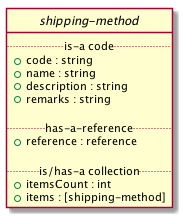
EciStg/order-placement keeps this PlantUML diagram as images/shipping-method-class-diagram.puml.png. Above is the earlier version.
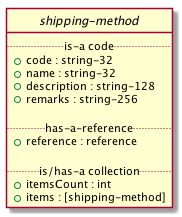
Later version of the same file.

Commit message:
added string lengths to graphviz objects

What changed in the source:
```diff
@@ -3,10 +3,10 @@
 
 interface shipping-method {
 .. is-a code ..
-{field} + code : string
-{field} + name : string
-{field} + description : string
-{field} + remarks : string
+{field} + code : string-32
+{field} + name : string-32
+{field} + description : string-128
+{field} + remarks : string-256
 
 .. has-a-reference ..
 {field} + reference : reference
```
